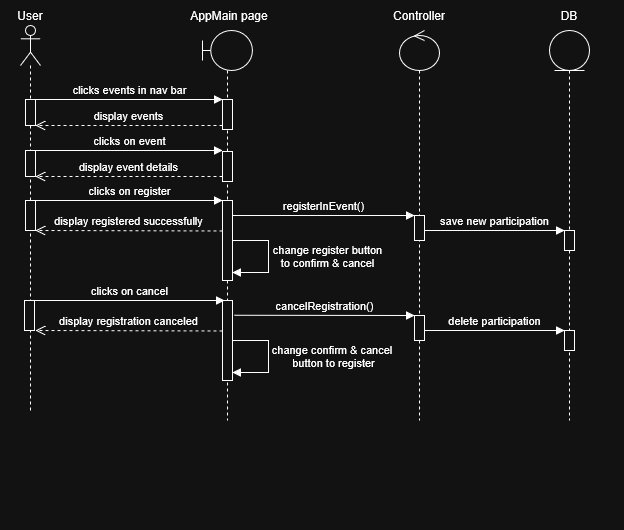
Before: uml diagram/eventRegistration_sequence.png, a diagram exported from draw.io (rayenbenyoussef/Jci_Manager). Source tidied: cells renumbered, new cells last; positions are measured from the earlier drawing's top-left corner, leaving out a move shared by most shapes.
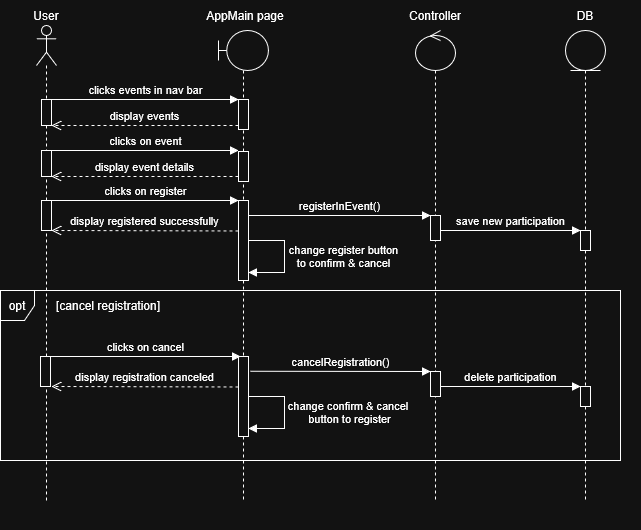
Later version of the same file.

Change to the diagram source:
```diff
@@ -3,7 +3,7 @@
     <mxCell id="0" />
     <mxCell id="1" parent="0" />
     <mxCell id="2" style="shape=umlLifeline;perimeter=lifelinePerimeter;whiteSpace=wrap;html=1;newEdgeStyle={&quot;curved&quot;:0,&quot;rounded&quot;:0};participant=umlActor;fillColor=light-dark(#FFFFFF,transparent);strokeColor=light-dark(#000000,#FFFFFF);" parent="1" vertex="1">
-      <mxGeometry x="20" y="25" width="20" height="385" as="geometry" />
+      <mxGeometry x="20" y="25" width="20" height="475" as="geometry" />
     </mxCell>
     <mxCell id="3" style="html=1;points=[[0,0,0,0,5],[0,1,0,0,-5],[1,0,0,0,5],[1,1,0,0,-5]];perimeter=orthogonalPerimeter;outlineConnect=0;targetShapes=umlLifeline;portConstraint=eastwest;newEdgeStyle={&quot;curved&quot;:0,&quot;rounded&quot;:0};" parent="2" vertex="1">
       <mxGeometry x="5" y="74" width="10" height="26" as="geometry" />
@@ -15,7 +15,7 @@
       <mxGeometry x="344" width="110" height="530" as="geometry" />
     </mxCell>
     <mxCell id="6" style="shape=umlLifeline;perimeter=lifelinePerimeter;whiteSpace=wrap;html=1;newEdgeStyle={&quot;curved&quot;:0,&quot;rounded&quot;:0};participant=umlControl;" parent="5" vertex="1">
-      <mxGeometry x="55" y="30" width="40" height="390" as="geometry" />
+      <mxGeometry x="55" y="30" width="40" height="470" as="geometry" />
     </mxCell>
     <mxCell id="7" value="Controller" style="text;html=1;whiteSpace=wrap;strokeColor=none;fillColor=none;align=center;verticalAlign=middle;rounded=0;" parent="5" vertex="1">
       <mxGeometry x="20" width="110" height="30" as="geometry" />
@@ -24,25 +24,25 @@
       <mxGeometry x="70" y="215" width="10" height="25" as="geometry" />
     </mxCell>
     <mxCell id="9" style="shape=umlLifeline;perimeter=lifelinePerimeter;whiteSpace=wrap;html=1;newEdgeStyle={&quot;curved&quot;:0,&quot;rounded&quot;:0};participant=umlBoundary;" parent="1" vertex="1">
-      <mxGeometry x="202" y="30" width="50" height="390" as="geometry" />
+      <mxGeometry x="202" y="30" width="50" height="470" as="geometry" />
     </mxCell>
     <mxCell id="10" style="html=1;perimeter=orthogonalPerimeter;targetShapes=umlLifeline;newEdgeStyle={&quot;curved&quot;:0,&quot;rounded&quot;:0};" parent="9" vertex="1">
-      <mxGeometry x="20" y="270" width="10" height="80" as="geometry" />
+      <mxGeometry x="20" y="326" width="10" height="80" as="geometry" />
     </mxCell>
     <mxCell id="11" value="display registration canceled" style="html=1;verticalAlign=bottom;endArrow=open;dashed=1;endSize=8;curved=0;rounded=0;" parent="9" edge="1">
       <mxGeometry relative="1" as="geometry">
-        <mxPoint x="20" y="300.5" as="sourcePoint" />
-        <mxPoint x="-167" y="300" as="targetPoint" />
+        <mxPoint x="20" y="356.5" as="sourcePoint" />
+        <mxPoint x="-167" y="356" as="targetPoint" />
       </mxGeometry>
     </mxCell>
     <mxCell id="12" style="html=1;verticalAlign=bottom;endArrow=block;curved=0;rounded=0;" parent="9" edge="1">
       <mxGeometry relative="1" as="geometry">
-        <mxPoint x="30" y="310" as="sourcePoint" />
-        <mxPoint x="30" y="342" as="targetPoint" />
+        <mxPoint x="30" y="366" as="sourcePoint" />
+        <mxPoint x="30" y="398" as="targetPoint" />
         <Array as="points">
-          <mxPoint x="46" y="310" />
-          <mxPoint x="66" y="310" />
-          <mxPoint x="66" y="342" />
+          <mxPoint x="46" y="366" />
+          <mxPoint x="66" y="366" />
+          <mxPoint x="66" y="398" />
         </Array>
       </mxGeometry>
     </mxCell>
@@ -101,7 +101,7 @@
       <mxGeometry x="514" width="110" height="530" as="geometry" />
     </mxCell>
     <mxCell id="26" style="shape=umlLifeline;perimeter=lifelinePerimeter;whiteSpace=wrap;html=1;newEdgeStyle={&quot;curved&quot;:0,&quot;rounded&quot;:0};participant=umlEntity;" parent="25" vertex="1">
-      <mxGeometry x="35" y="30" width="40" height="390" as="geometry" />
+      <mxGeometry x="35" y="30" width="40" height="470" as="geometry" />
     </mxCell>
     <mxCell id="27" value="DB" style="text;html=1;whiteSpace=wrap;strokeColor=none;fillColor=none;align=center;verticalAlign=middle;rounded=0;" parent="25" vertex="1">
       <mxGeometry width="110" height="30" as="geometry" />
@@ -110,7 +110,7 @@
       <mxGeometry x="50" y="230" width="10" height="20" as="geometry" />
     </mxCell>
     <mxCell id="29" style="html=1;points=[[0,0,0,0,5],[0,1,0,0,-5],[1,0,0,0,5],[1,1,0,0,-5]];perimeter=orthogonalPerimeter;outlineConnect=0;targetShapes=umlLifeline;portConstraint=eastwest;newEdgeStyle={&quot;curved&quot;:0,&quot;rounded&quot;:0};" parent="25" vertex="1">
-      <mxGeometry x="50" y="330" width="10" height="20" as="geometry" />
+      <mxGeometry x="50" y="386" width="10" height="20" as="geometry" />
     </mxCell>
     <mxCell id="30" value="registerInEvent()" style="html=1;verticalAlign=bottom;endArrow=block;curved=0;rounded=0;strokeColor=light-dark(#000000,#FFFFFF);" parent="1" edge="1">
       <mxGeometry relative="1" as="geometry">
@@ -143,24 +143,30 @@
       </mxGeometry>
     </mxCell>
     <mxCell id="35" style="html=1;perimeter=orthogonalPerimeter;targetShapes=umlLifeline;newEdgeStyle={&quot;curved&quot;:0,&quot;rounded&quot;:0};" parent="1" vertex="1">
-      <mxGeometry x="24" y="300" width="10" height="30" as="geometry" />
+      <mxGeometry x="24" y="356" width="10" height="30" as="geometry" />
     </mxCell>
     <mxCell id="36" value="clicks on cancel" style="html=1;verticalAlign=bottom;endArrow=block;curved=0;rounded=0;strokeColor=light-dark(#000000,#FFFFFF);" parent="1" edge="1">
       <mxGeometry relative="1" as="geometry">
-        <mxPoint x="34" y="300" as="sourcePoint" />
-        <mxPoint x="224" y="300" as="targetPoint" />
+        <mxPoint x="34" y="356" as="sourcePoint" />
+        <mxPoint x="224" y="356" as="targetPoint" />
       </mxGeometry>
     </mxCell>
     <mxCell id="37" value="cancelRegistration()" style="html=1;verticalAlign=bottom;endArrow=block;curved=0;rounded=0;strokeColor=light-dark(#000000,#FFFFFF);" parent="1" edge="1" target="38">
       <mxGeometry relative="1" as="geometry">
-        <mxPoint x="234" y="314.8" as="sourcePoint" />
+        <mxPoint x="234" y="370.8" as="sourcePoint" />
       </mxGeometry>
     </mxCell>
     <mxCell id="38" style="html=1;points=[[0,0,0,0,5],[0,1,0,0,-5],[1,0,0,0,5],[1,1,0,0,-5]];perimeter=orthogonalPerimeter;outlineConnect=0;targetShapes=umlLifeline;portConstraint=eastwest;newEdgeStyle={&quot;curved&quot;:0,&quot;rounded&quot;:0};" parent="1" vertex="1">
-      <mxGeometry x="414" y="315" width="10" height="25" as="geometry" />
+      <mxGeometry x="414" y="371" width="10" height="25" as="geometry" />
     </mxCell>
     <mxCell id="39" value="delete participation" style="html=1;verticalAlign=bottom;endArrow=block;curved=0;rounded=0;strokeColor=light-dark(#000000,#FFFFFF);" parent="1" edge="1" source="38" target="29">
       <mxGeometry relative="1" as="geometry" />
     </mxCell>
+    <mxCell id="40" value="opt" style="shape=umlFrame;whiteSpace=wrap;html=1;width=34;height=30;" parent="1" vertex="1">
+      <mxGeometry x="-16" y="290" width="620" height="170" as="geometry" />
+    </mxCell>
+    <mxCell id="41" value="[cancel registration]" style="text;html=1;whiteSpace=wrap;strokeColor=none;fillColor=none;align=center;verticalAlign=middle;rounded=0;" parent="1" vertex="1">
+      <mxGeometry x="37" y="290" width="110" height="30" as="geometry" />
+    </mxCell>
   </root>
 </mxGraphModel>
```
